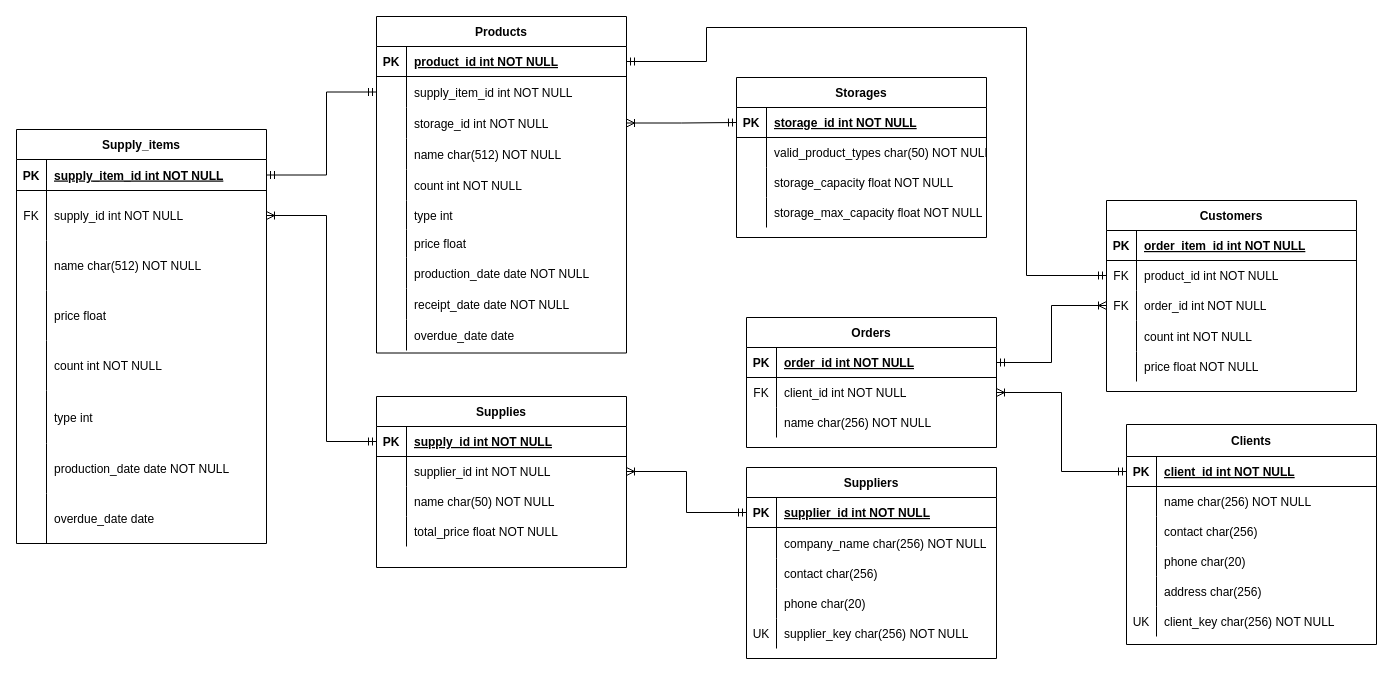
This is page "Page-2" (2 of 2) of Scheme.dio from SkivHisink/DBNSUEdu, a draw.io file, before an edit. Source tidied: cells renumbered, new cells numbered last; positions are measured from the earlier drawing's top-left corner, leaving out a move shared by most shapes. Both pictures are drawn from the tidied source at 100%, with x=0, y=0 at pixel (16, 16).
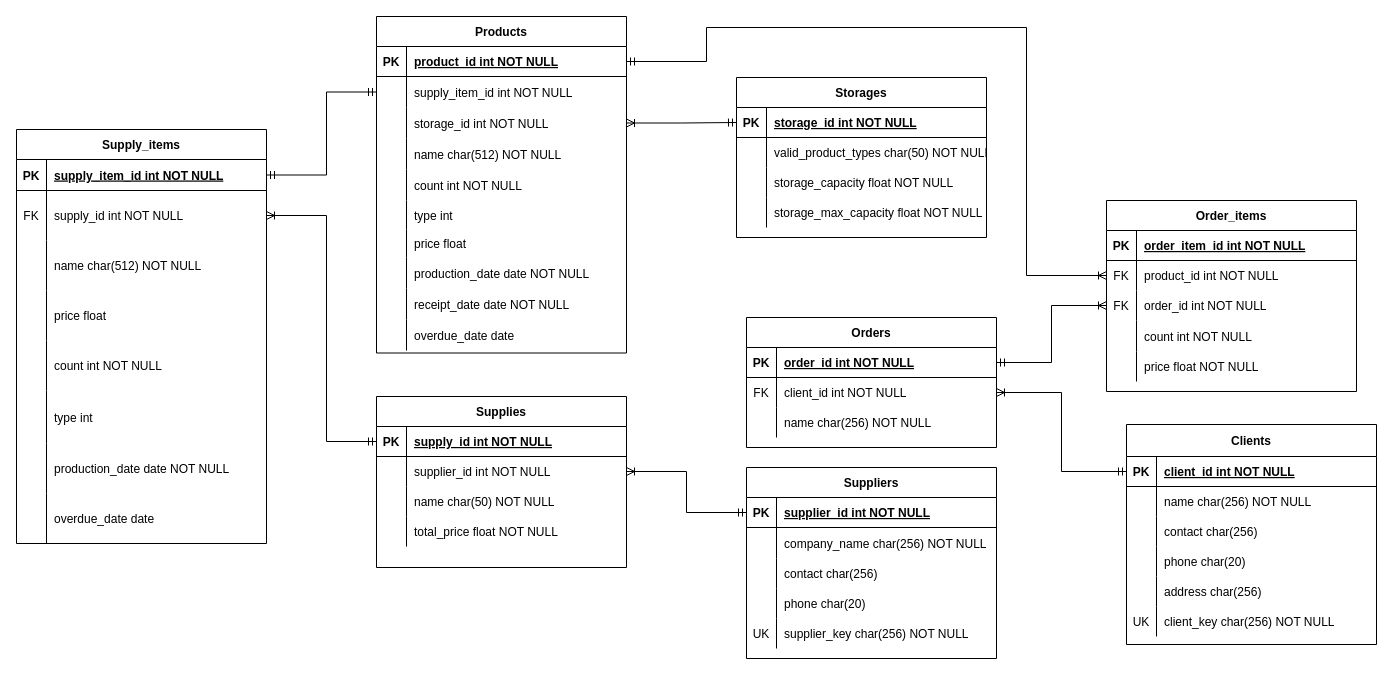
After the change.

Commit message (it also covers changes not shown here):
Wrong table name fix

Fixed wrong table name

The change refers to these unchanged cells:
```xml
<mxCell id="10" style="shape=partialRectangle;fillColor=none;points=[[0,0.5],[1,0.5]];portConstraint=eastwest;top=0;left=0;right=0;bottom=1;" parent="9" vertex="1">
  <mxGeometry y="30" width="250" height="30" as="geometry" />
</mxCell>
<mxCell id="140" style="shape=partialRectangle;fillColor=none;points=[[0,0.5],[1,0.5]];portConstraint=eastwest;top=0;left=0;right=0;bottom=0;" parent="136" vertex="1">
  <mxGeometry y="60" width="250" height="30" as="geometry" />
</mxCell>
```

Diff of the diagram source:
```diff
@@
-    <mxCell id="8" style="edgeStyle=orthogonalEdgeStyle;html=1;fontColor=#FFFFFF;endArrow=ERmandOne;endFill=0;exitX=0;exitY=0.5;exitDx=0;exitDy=0;entryX=1;entryY=0.5;entryDx=0;entryDy=0;rounded=0;startArrow=ERmandOne;startFill=0;labelBackgroundColor=#18141D;" parent="1" edge="1" source="140" target="10">
+    <mxCell id="8" style="edgeStyle=orthogonalEdgeStyle;html=1;fontColor=#FFFFFF;endArrow=ERmandOne;endFill=0;exitX=0;exitY=0.5;exitDx=0;exitDy=0;entryX=1;entryY=0.5;entryDx=0;entryDy=0;rounded=0;startArrow=ERoneToMany;startFill=0;labelBackgroundColor=#18141D;" parent="1" edge="1" source="140" target="10">
       <mxGeometry relative="1" as="geometry">
         <Array as="points">
           <mxPoint x="1010" y="259" />
           <mxPoint x="1010" y="11" />
           <mxPoint x="690" y="11" />
           <mxPoint x="690" y="45" />
         </Array>
       </mxGeometry>
     </mxCell>
@@
-    <mxCell id="136" value="Customers" style="shape=table;startSize=30;childLayout=tableLayout;rowLines=0;fontStyle=1;align=center;" parent="1" vertex="1">
+    <mxCell id="136" value="Order_items" style="shape=table;startSize=30;childLayout=tableLayout;rowLines=0;fontStyle=1;align=center;" parent="1" vertex="1">
       <mxGeometry x="1090" y="184" width="250" height="191" as="geometry" />
     </mxCell>
```
